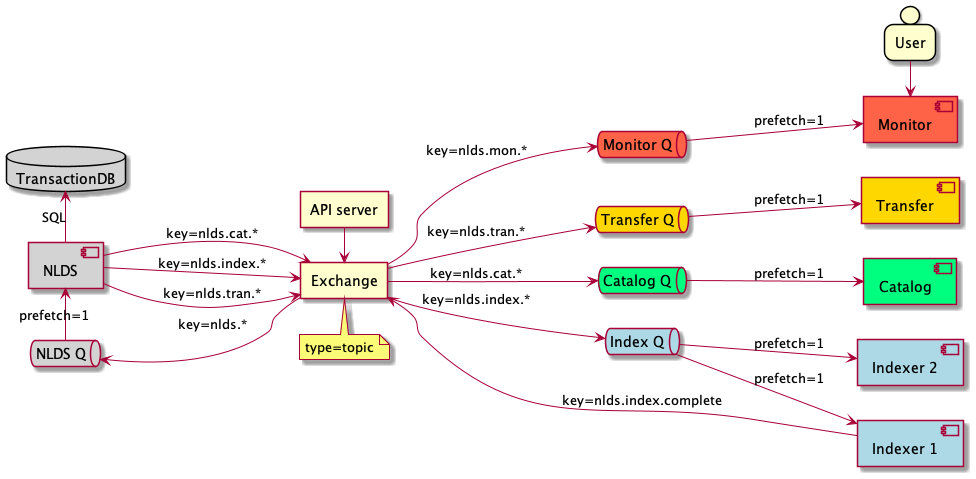
This is doc/uml/queue_structure.png from cedadev/nlds, a PlantUML export, as it was before one commit.
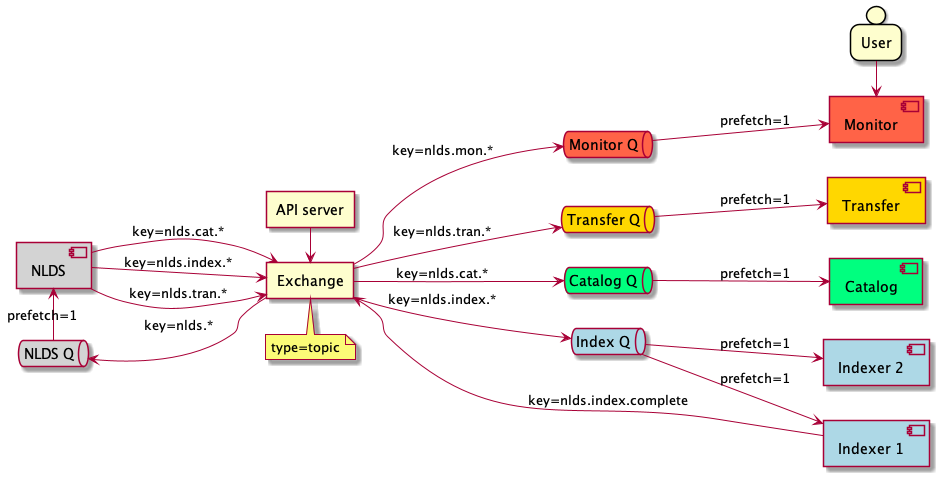
The same diagram one commit later.

What changed in the source:
```diff
@@ -6,7 +6,6 @@
 together {
     queue wq as "NLDS Q" #lightgrey
     component work as "NLDS" #lightgrey
-    database iddb as "TransactionDB" #lightgrey
 }
 
 together {
@@ -16,7 +15,6 @@
 
 pex --> wq : key=nlds.*
 wq -> work : prefetch=1
-work -> iddb : SQL
 
 together {
     queue sq as "Index Q" #lightblue
```
